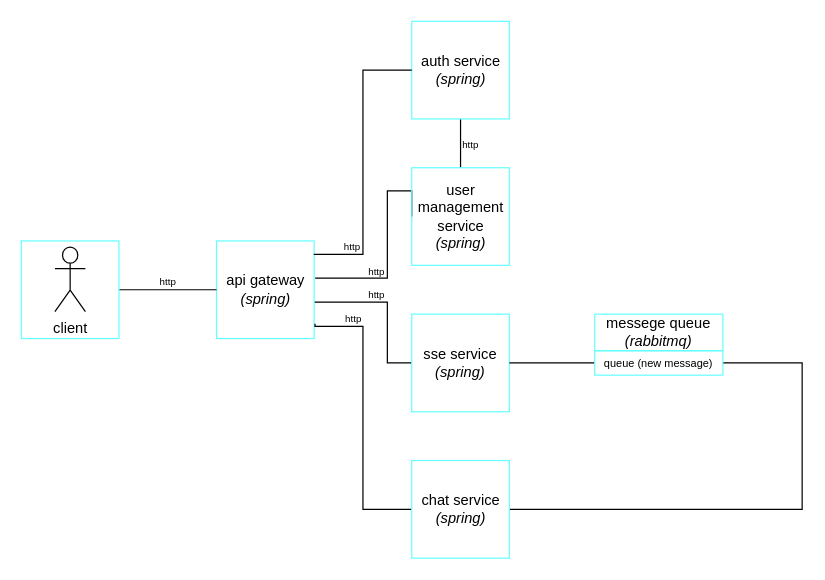
Yantar-f/RedNet keeps this draw.io diagram as rednet-system-design.drawio. Above is the earlier version. Source tidied: cells renumbered, new cells numbered last; positions are measured from the earlier drawing's top-left corner, leaving out a move shared by most shapes. Both pictures are drawn from the tidied source at 122%, with x=0, y=0 at pixel (21, 21).
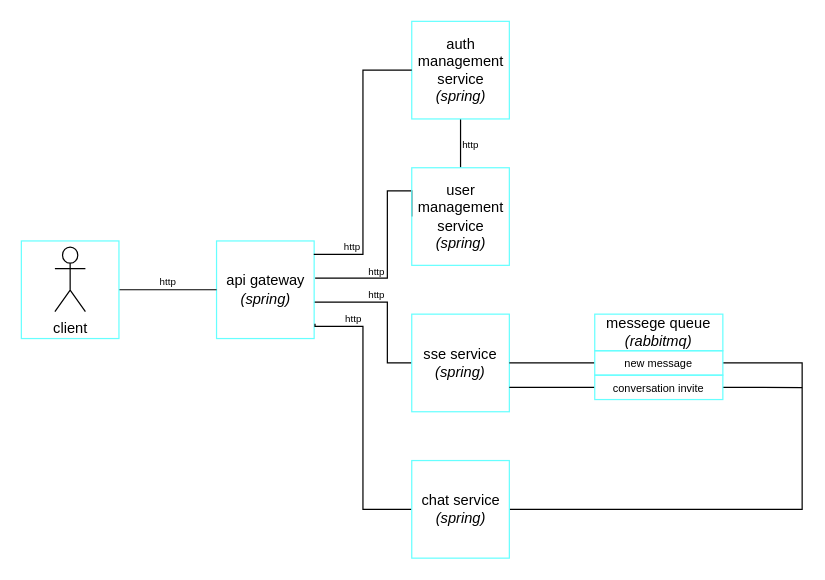
The same diagram, later.

The change refers to these unchanged cells:
```xml
<mxCell id="9" value="sse service&lt;br&gt;&lt;i&gt;(spring)&lt;/i&gt;" style="whiteSpace=wrap;html=1;strokeColor=#66FFFF;fillColor=none;" parent="1" vertex="1">
  <mxGeometry x="320" y="240" width="80" height="80" as="geometry" />
</mxCell>
```

Change to the diagram source:
```diff
@@
-    <mxCell id="12" value="&lt;font style=&quot;font-size: 9px;&quot;&gt;queue (new message)&lt;/font&gt;" style="rounded=0;whiteSpace=wrap;html=1;strokeColor=#66FFFF;fillColor=none;" parent="1" vertex="1">
+    <mxCell id="12" value="&lt;font style=&quot;font-size: 9px;&quot;&gt;new message&lt;/font&gt;" style="rounded=0;whiteSpace=wrap;html=1;strokeColor=#66FFFF;fillColor=none;" parent="1" vertex="1">
       <mxGeometry x="470" y="270" width="105" height="20" as="geometry" />
     </mxCell>
@@
-    <mxCell id="15" value="auth service&lt;br&gt;&lt;i&gt;(spring)&lt;/i&gt;" style="html=1;strokeColor=#66FFFF;fillColor=none;" parent="1" vertex="1">
+    <mxCell id="15" value="auth &lt;br&gt;management &lt;br&gt;service&lt;br&gt;&lt;i&gt;(spring)&lt;/i&gt;" style="html=1;strokeColor=#66FFFF;fillColor=none;" parent="1" vertex="1">
       <mxGeometry x="320" width="80" height="80" as="geometry" />
     </mxCell>
@@
+    <mxCell id="26" style="edgeStyle=orthogonalEdgeStyle;rounded=0;jettySize=auto;html=1;exitX=1;exitY=0.5;exitDx=0;exitDy=0;endArrow=none;endFill=0;" parent="1" edge="1" source="28">
+      <mxGeometry relative="1" as="geometry">
+        <mxPoint x="640" y="300.2" as="targetPoint" />
+      </mxGeometry>
+    </mxCell>
+    <mxCell id="27" style="edgeStyle=orthogonalEdgeStyle;rounded=0;jettySize=auto;html=1;exitX=0;exitY=0.5;exitDx=0;exitDy=0;entryX=1;entryY=0.75;entryDx=0;entryDy=0;endArrow=none;endFill=0;" parent="1" edge="1" source="28" target="9">
+      <mxGeometry relative="1" as="geometry" />
+    </mxCell>
+    <mxCell id="28" value="&lt;font style=&quot;font-size: 9px;&quot;&gt;conversation invite&lt;/font&gt;" style="rounded=0;whiteSpace=wrap;html=1;strokeColor=#66FFFF;fillColor=none;" parent="1" vertex="1">
+      <mxGeometry x="470" y="290" width="105" height="20" as="geometry" />
+    </mxCell>
```
